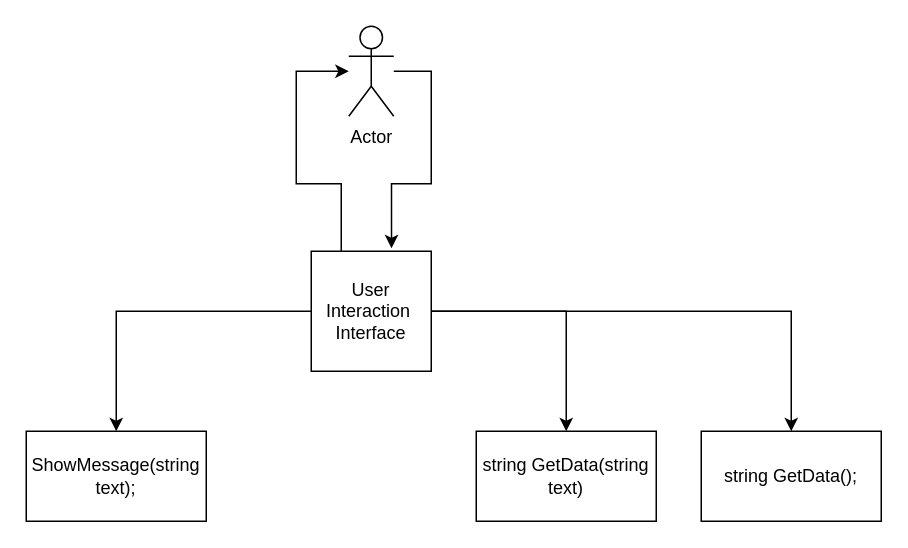
This is page "Страница — 4" (4 of 5) of Diagrams/DiaryApp.drawio from SPYASHII/DiaryApp, a draw.io file, before an edit. Source tidied: cells renumbered, new cells numbered last; positions are measured from the earlier drawing's top-left corner, leaving out a move shared by most shapes. Both pictures are drawn from the tidied source at 150%, with x=0, y=0 at pixel (26, 26).
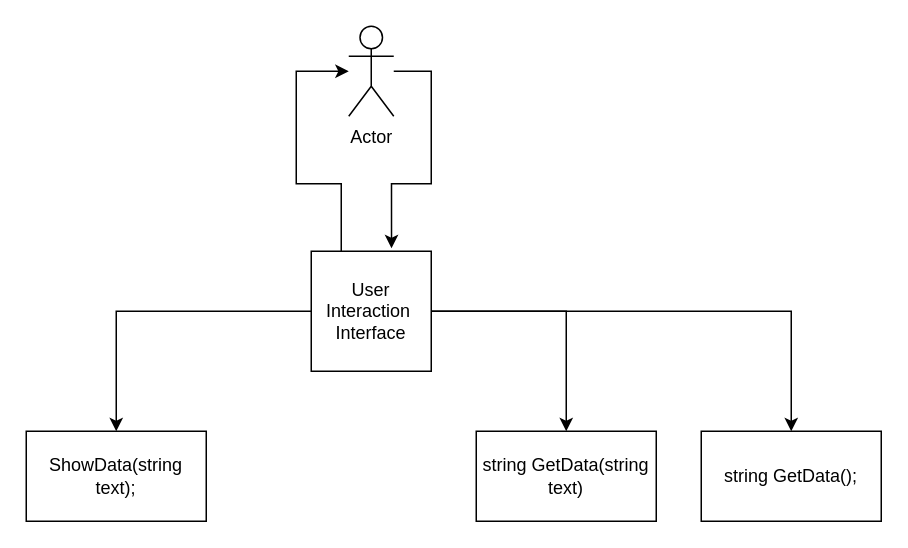
Above is the later version.

What changed in the source:
```diff
@@
 <mxGraphModel>
   <root>
     <mxCell id="0" />
     <mxCell id="1" parent="0" />
     <mxCell id="2" style="edgeStyle=orthogonalEdgeStyle;rounded=0;jettySize=auto;html=1;" parent="1" edge="1" source="6" target="7">
       <mxGeometry relative="1" as="geometry">
         <Array as="points">
           <mxPoint x="210" y="105" />
           <mxPoint x="180" y="105" />
           <mxPoint x="180" y="30" />
         </Array>
       </mxGeometry>
     </mxCell>
     <mxCell id="3" style="edgeStyle=orthogonalEdgeStyle;rounded=0;jettySize=auto;html=1;entryX=0.5;entryY=0;entryDx=0;entryDy=0;" parent="1" edge="1" source="6" target="9">
       <mxGeometry relative="1" as="geometry" />
     </mxCell>
     <mxCell id="4" style="edgeStyle=orthogonalEdgeStyle;rounded=0;jettySize=auto;html=1;entryX=0.5;entryY=0;entryDx=0;entryDy=0;" parent="1" edge="1" source="6" target="11">
       <mxGeometry relative="1" as="geometry" />
     </mxCell>
     <mxCell id="5" style="edgeStyle=orthogonalEdgeStyle;rounded=0;jettySize=auto;html=1;entryX=0.5;entryY=0;entryDx=0;entryDy=0;" parent="1" edge="1" source="6" target="10">
       <mxGeometry relative="1" as="geometry" />
     </mxCell>
     <mxCell id="6" value="User&lt;div&gt;Interaction&amp;nbsp;&lt;/div&gt;&lt;div&gt;Interface&lt;/div&gt;" style="whiteSpace=wrap;html=1;" parent="1" vertex="1">
       <mxGeometry x="190" y="150" width="80" height="80" as="geometry" />
     </mxCell>
     <mxCell id="7" value="Actor" style="shape=umlActor;verticalLabelPosition=bottom;verticalAlign=top;html=1;outlineConnect=0;" parent="1" vertex="1">
       <mxGeometry x="215" width="30" height="60" as="geometry" />
     </mxCell>
     <mxCell id="8" style="edgeStyle=orthogonalEdgeStyle;rounded=0;jettySize=auto;html=1;entryX=0.669;entryY=-0.025;entryDx=0;entryDy=0;entryPerimeter=0;" parent="1" edge="1" source="7" target="6">
       <mxGeometry relative="1" as="geometry">
         <Array as="points">
           <mxPoint x="270" y="30" />
           <mxPoint x="270" y="105" />
           <mxPoint x="244" y="105" />
         </Array>
       </mxGeometry>
     </mxCell>
-    <mxCell id="9" value="ShowMessage(string text);" style="rounded=0;whiteSpace=wrap;html=1;" parent="1" vertex="1">
+    <mxCell id="9" value="ShowData(string text);" style="rounded=0;whiteSpace=wrap;html=1;" parent="1" vertex="1">
       <mxGeometry y="270" width="120" height="60" as="geometry" />
     </mxCell>
     <mxCell id="10" value="string GetData();" style="rounded=0;whiteSpace=wrap;html=1;" parent="1" vertex="1">
       <mxGeometry x="450" y="270" width="120" height="60" as="geometry" />
     </mxCell>
     <mxCell id="11" value="string GetData(string text)" style="rounded=0;whiteSpace=wrap;html=1;" parent="1" vertex="1">
       <mxGeometry x="300" y="270" width="120" height="60" as="geometry" />
     </mxCell>
   </root>
 </mxGraphModel>
```
